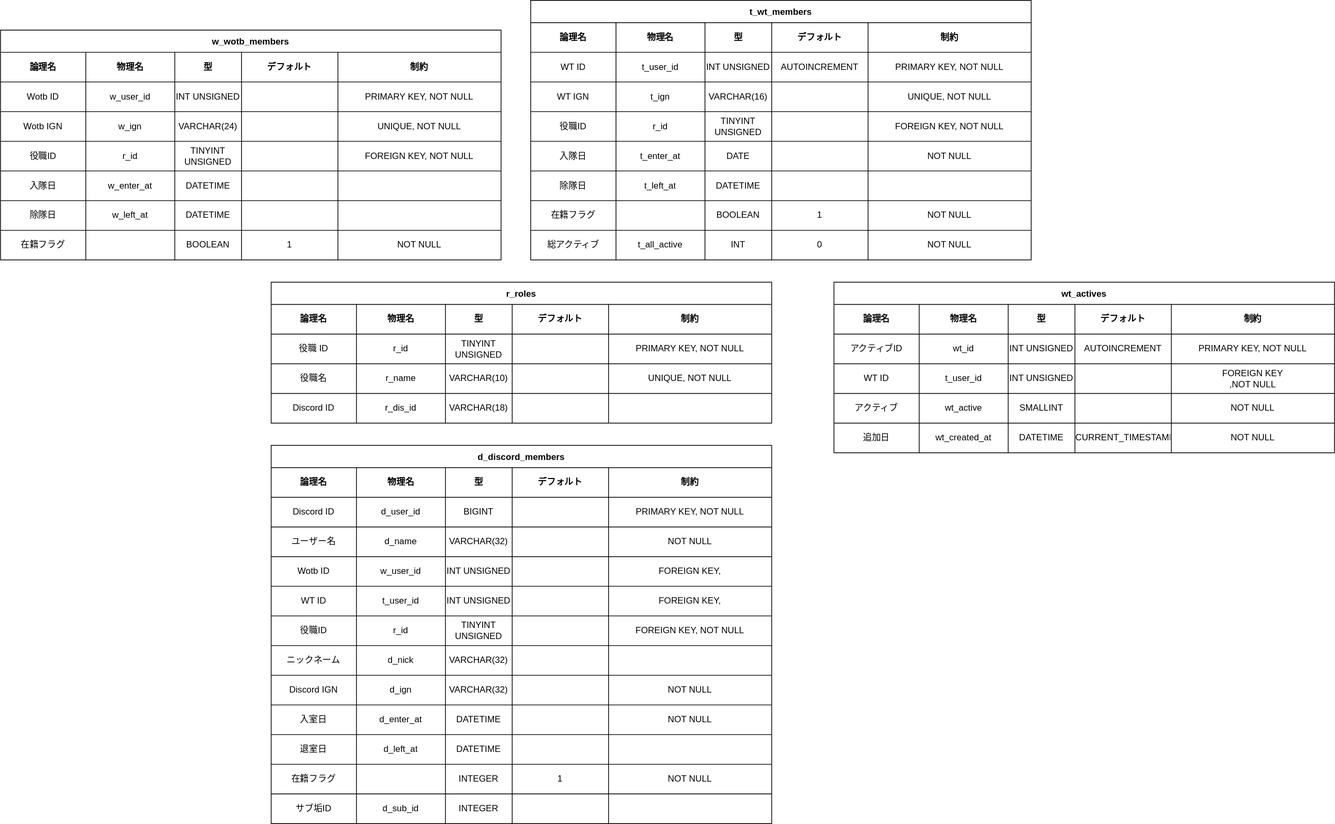
This is doc/DB-Butsuri.drawio.svg from otazero/ClanManagementDiscordBot, a draw.io export, as it was before one commit. Source tidied: cells renumbered, new cells last; positions are measured from the earlier drawing's top-left corner, leaving out a move shared by most shapes.
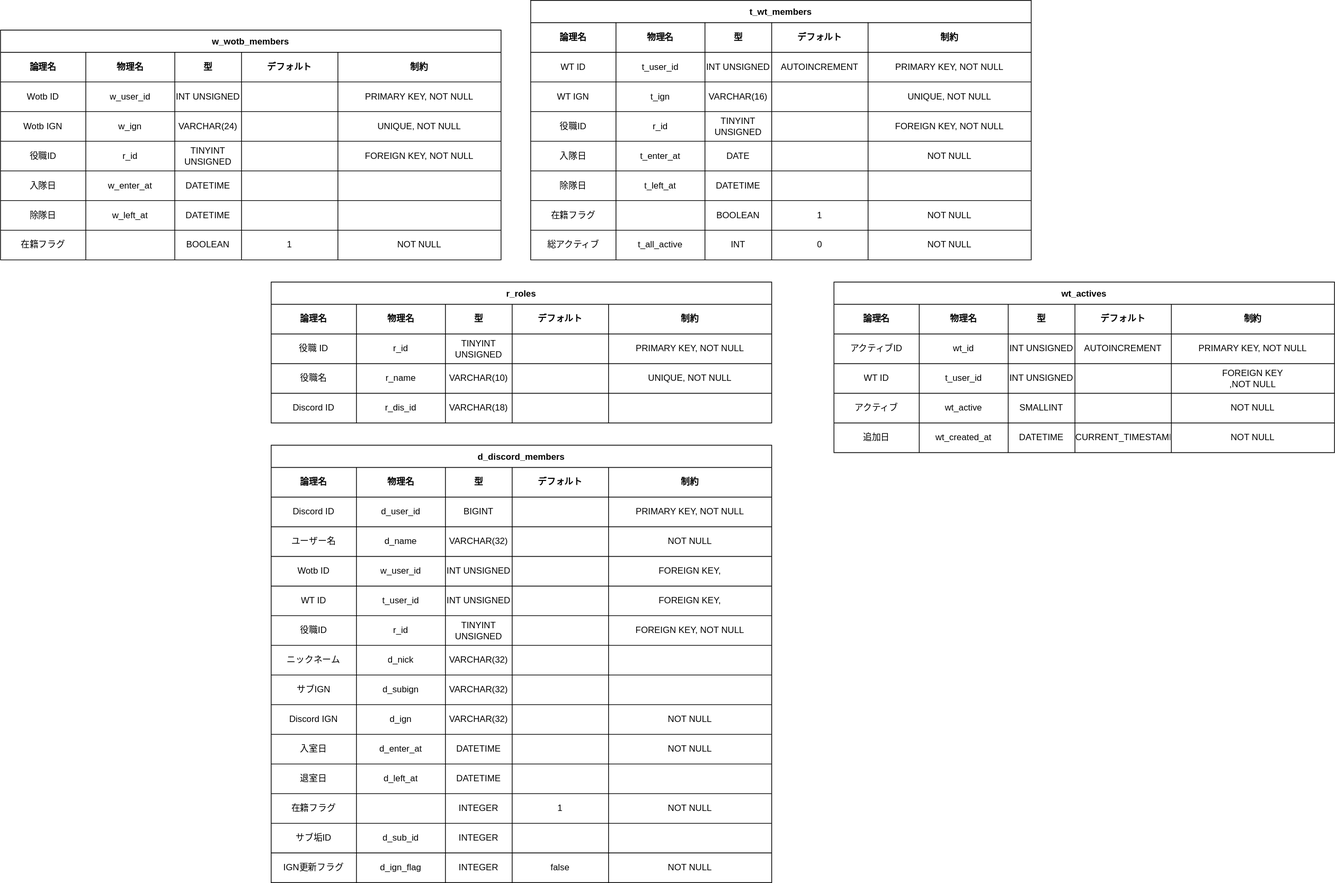
The same file after the commit.

Commit message:
サブIGN(wotb)とIGN更新フラグの追加

Change to the diagram source:
```diff
@@ -369,7 +369,7 @@
       <mxGeometry x="455" width="220" height="40" as="geometry" />
     </mxCell>
     <mxCell id="124" value="d_discord_members" style="shape=table;startSize=30;fontStyle=1;align=center;" parent="1" vertex="1">
-      <mxGeometry x="365" y="600" width="675" height="510" as="geometry" />
+      <mxGeometry x="365" y="600" width="675" height="590" as="geometry" />
     </mxCell>
     <mxCell id="125" style="shape=partialRectangle;html=1;whiteSpace=wrap;fillColor=none;top=0;left=0;bottom=0;right=0;" parent="124" vertex="1">
       <mxGeometry y="30" width="675" height="40" as="geometry" />
@@ -497,8 +497,26 @@
     <mxCell id="166" style="shape=partialRectangle;html=1;whiteSpace=wrap;fillColor=none;top=0;left=0;bottom=0;right=0;overflow=hidden;" parent="161" vertex="1">
       <mxGeometry x="455" width="220" height="40" as="geometry" />
     </mxCell>
+    <mxCell id="228" style="shape=partialRectangle;html=1;whiteSpace=wrap;fillColor=none;top=0;left=0;bottom=0;right=0;" parent="124" vertex="1">
+      <mxGeometry y="310" width="675" height="40" as="geometry" />
+    </mxCell>
+    <mxCell id="229" value="サブIGN" style="shape=partialRectangle;html=1;whiteSpace=wrap;fillColor=none;top=0;left=0;bottom=0;right=0;overflow=hidden;" parent="228" vertex="1">
+      <mxGeometry width="115" height="40" as="geometry" />
+    </mxCell>
+    <mxCell id="230" value="d_subign" style="shape=partialRectangle;html=1;whiteSpace=wrap;fillColor=none;top=0;left=0;bottom=0;right=0;overflow=hidden;" parent="228" vertex="1">
+      <mxGeometry x="115" width="120" height="40" as="geometry" />
+    </mxCell>
+    <mxCell id="231" value="VARCHAR(32)" style="shape=partialRectangle;html=1;whiteSpace=wrap;fillColor=none;top=0;left=0;bottom=0;right=0;overflow=hidden;" parent="228" vertex="1">
+      <mxGeometry x="235" width="90" height="40" as="geometry" />
+    </mxCell>
+    <mxCell id="232" style="shape=partialRectangle;html=1;whiteSpace=wrap;fillColor=none;top=0;left=0;bottom=0;right=0;overflow=hidden;" parent="228" vertex="1">
+      <mxGeometry x="325" width="130" height="40" as="geometry" />
+    </mxCell>
+    <mxCell id="233" style="shape=partialRectangle;html=1;whiteSpace=wrap;fillColor=none;top=0;left=0;bottom=0;right=0;overflow=hidden;" parent="228" vertex="1">
+      <mxGeometry x="455" width="220" height="40" as="geometry" />
+    </mxCell>
     <mxCell id="167" style="shape=partialRectangle;html=1;whiteSpace=wrap;fillColor=none;top=0;left=0;bottom=0;right=0;" parent="124" vertex="1">
-      <mxGeometry y="310" width="675" height="40" as="geometry" />
+      <mxGeometry y="350" width="675" height="40" as="geometry" />
     </mxCell>
     <mxCell id="168" value="&lt;span style=&quot;text-align: left&quot;&gt;Discord IGN&lt;/span&gt;" style="shape=partialRectangle;html=1;whiteSpace=wrap;fillColor=none;top=0;left=0;bottom=0;right=0;overflow=hidden;" parent="167" vertex="1">
       <mxGeometry width="115" height="40" as="geometry" />
@@ -516,7 +534,7 @@
       <mxGeometry x="455" width="220" height="40" as="geometry" />
     </mxCell>
     <mxCell id="173" style="shape=partialRectangle;html=1;whiteSpace=wrap;fillColor=none;top=0;left=0;bottom=0;right=0;" parent="124" vertex="1">
-      <mxGeometry y="350" width="675" height="40" as="geometry" />
+      <mxGeometry y="390" width="675" height="40" as="geometry" />
     </mxCell>
     <mxCell id="174" value="入室日" style="shape=partialRectangle;html=1;whiteSpace=wrap;fillColor=none;top=0;left=0;bottom=0;right=0;overflow=hidden;" parent="173" vertex="1">
       <mxGeometry width="115" height="40" as="geometry" />
@@ -534,7 +552,7 @@
       <mxGeometry x="455" width="220" height="40" as="geometry" />
     </mxCell>
     <mxCell id="179" style="shape=partialRectangle;html=1;whiteSpace=wrap;fillColor=none;top=0;left=0;bottom=0;right=0;" parent="124" vertex="1">
-      <mxGeometry y="390" width="675" height="40" as="geometry" />
+      <mxGeometry y="430" width="675" height="40" as="geometry" />
     </mxCell>
     <mxCell id="180" value="退室日" style="shape=partialRectangle;html=1;whiteSpace=wrap;fillColor=none;top=0;left=0;bottom=0;right=0;overflow=hidden;" parent="179" vertex="1">
       <mxGeometry width="115" height="40" as="geometry" />
@@ -552,7 +570,7 @@
       <mxGeometry x="455" width="220" height="40" as="geometry" />
     </mxCell>
     <mxCell id="185" style="shape=partialRectangle;html=1;whiteSpace=wrap;fillColor=none;top=0;left=0;bottom=0;right=0;" parent="124" vertex="1">
-      <mxGeometry y="430" width="675" height="40" as="geometry" />
+      <mxGeometry y="470" width="675" height="40" as="geometry" />
     </mxCell>
     <mxCell id="186" value="在籍フラグ" style="shape=partialRectangle;html=1;whiteSpace=wrap;fillColor=none;top=0;left=0;bottom=0;right=0;overflow=hidden;" parent="185" vertex="1">
       <mxGeometry width="115" height="40" as="geometry" />
@@ -570,7 +588,7 @@
       <mxGeometry x="455" width="220" height="40" as="geometry" />
     </mxCell>
     <mxCell id="191" style="shape=partialRectangle;html=1;whiteSpace=wrap;fillColor=none;top=0;left=0;bottom=0;right=0;" parent="124" vertex="1">
-      <mxGeometry y="470" width="675" height="40" as="geometry" />
+      <mxGeometry y="510" width="675" height="40" as="geometry" />
     </mxCell>
     <mxCell id="192" value="サブ垢ID" style="shape=partialRectangle;html=1;whiteSpace=wrap;fillColor=none;top=0;left=0;bottom=0;right=0;overflow=hidden;" parent="191" vertex="1">
       <mxGeometry width="115" height="40" as="geometry" />
@@ -587,6 +605,24 @@
     <mxCell id="196" style="shape=partialRectangle;html=1;whiteSpace=wrap;fillColor=none;top=0;left=0;bottom=0;right=0;overflow=hidden;" parent="191" vertex="1">
       <mxGeometry x="455" width="220" height="40" as="geometry" />
     </mxCell>
+    <mxCell id="234" style="shape=partialRectangle;html=1;whiteSpace=wrap;fillColor=none;top=0;left=0;bottom=0;right=0;" parent="124" vertex="1">
+      <mxGeometry y="550" width="675" height="40" as="geometry" />
+    </mxCell>
+    <mxCell id="235" value="IGN更新フラグ" style="shape=partialRectangle;html=1;whiteSpace=wrap;fillColor=none;top=0;left=0;bottom=0;right=0;overflow=hidden;" parent="234" vertex="1">
+      <mxGeometry width="115" height="40" as="geometry" />
+    </mxCell>
+    <mxCell id="236" value="d_ign_flag" style="shape=partialRectangle;html=1;whiteSpace=wrap;fillColor=none;top=0;left=0;bottom=0;right=0;overflow=hidden;" parent="234" vertex="1">
+      <mxGeometry x="115" width="120" height="40" as="geometry" />
+    </mxCell>
+    <mxCell id="237" value="&lt;span&gt;INTEGER&lt;/span&gt;" style="shape=partialRectangle;html=1;whiteSpace=wrap;fillColor=none;top=0;left=0;bottom=0;right=0;overflow=hidden;" parent="234" vertex="1">
+      <mxGeometry x="235" width="90" height="40" as="geometry" />
+    </mxCell>
+    <mxCell id="238" value="false" style="shape=partialRectangle;html=1;whiteSpace=wrap;fillColor=none;top=0;left=0;bottom=0;right=0;overflow=hidden;" parent="234" vertex="1">
+      <mxGeometry x="325" width="130" height="40" as="geometry" />
+    </mxCell>
+    <mxCell id="239" value="NOT NULL" style="shape=partialRectangle;html=1;whiteSpace=wrap;fillColor=none;top=0;left=0;bottom=0;right=0;overflow=hidden;" parent="234" vertex="1">
+      <mxGeometry x="455" width="220" height="40" as="geometry" />
+    </mxCell>
     <mxCell id="197" value="wt_actives" style="shape=table;startSize=30;fontStyle=1;align=center;" parent="1" vertex="1">
       <mxGeometry x="1124" y="380" width="675" height="230" as="geometry" />
     </mxCell>
```
